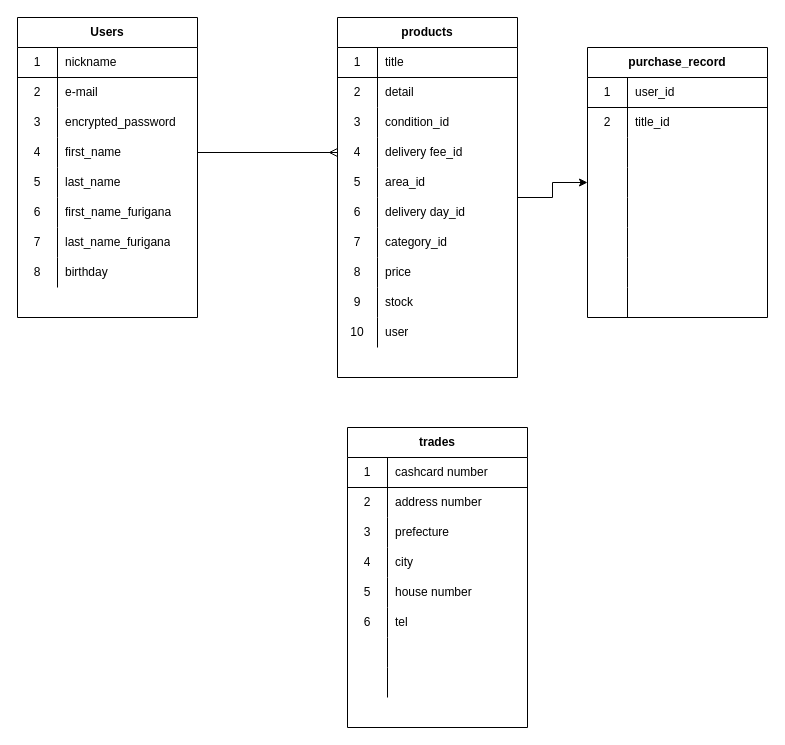
The draw.io diagram database.dio in sontixyou/furima-33852, before the edit. Source tidied: cells renumbered, new cells numbered last; positions are measured from the earlier drawing's top-left corner, leaving out a move shared by most shapes. Both pictures are drawn from the tidied source at 100%, with x=0, y=0 at pixel (17, 17).
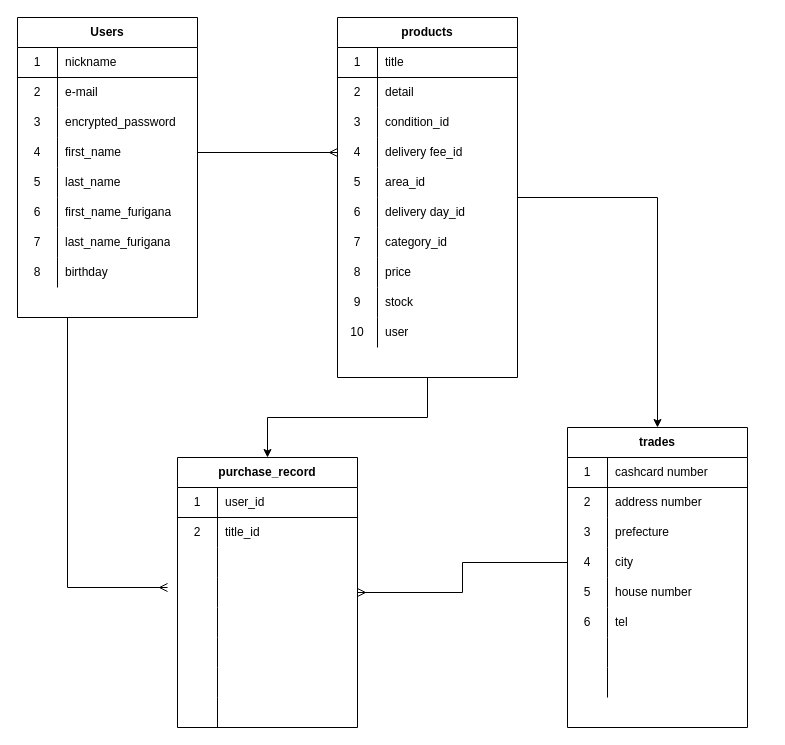
After the change.

Unchanged cells that the change refers to:
```xml
<mxCell id="2" value="Users" style="shape=table;html=1;whiteSpace=wrap;startSize=30;childLayout=tableLayout;rowLines=0;fontStyle=1;align=center;" parent="1" vertex="1">
  <mxGeometry width="180" height="300" as="geometry" />
</mxCell>
<mxCell id="28" value="products" style="shape=table;html=1;whiteSpace=wrap;startSize=30;childLayout=tableLayout;rowLines=0;fontStyle=1;align=center;" parent="1" vertex="1">
  <mxGeometry x="320" width="180" height="360" as="geometry" />
</mxCell>
<mxCell id="69" style="shape=partialRectangle;html=1;whiteSpace=wrap;fillColor=none;top=0;left=0;bottom=0;right=0;points=[[0,0.5],[1,0.5]];portConstraint=eastwest;" parent="59" vertex="1">
  <mxGeometry y="120" width="180" height="30" as="geometry" />
</mxCell>
<mxCell id="96" style="shape=partialRectangle;html=1;whiteSpace=wrap;fillColor=none;top=0;left=0;bottom=0;right=0;points=[[0,0.5],[1,0.5]];portConstraint=eastwest;" parent="86" vertex="1">
  <mxGeometry y="120" width="180" height="30" as="geometry" />
</mxCell>
```

What changed in the source:
```diff
@@
+    <mxCell id="111" style="edgeStyle=orthogonalEdgeStyle;rounded=0;jettySize=auto;html=1;verticalAlign=middle;endArrow=ERmany;endFill=0;" parent="1" edge="1" source="2">
+      <mxGeometry relative="1" as="geometry">
+        <mxPoint x="150" y="570" as="targetPoint" />
+        <Array as="points">
+          <mxPoint x="50" y="570" />
+        </Array>
+      </mxGeometry>
+    </mxCell>
@@
+    <mxCell id="112" style="edgeStyle=orthogonalEdgeStyle;rounded=0;jettySize=auto;html=1;entryX=0.5;entryY=0;entryDx=0;entryDy=0;" parent="1" edge="1" source="28" target="86">
+      <mxGeometry relative="1" as="geometry" />
+    </mxCell>
@@
     <mxCell id="59" value="purchase_record" style="shape=table;html=1;whiteSpace=wrap;startSize=30;childLayout=tableLayout;rowLines=0;fontStyle=1;align=center;" parent="1" vertex="1">
-      <mxGeometry x="570" y="30" width="180" height="270" as="geometry" />
+      <mxGeometry x="160" y="440" width="180" height="270" as="geometry" />
     </mxCell>
@@
     <mxCell id="86" value="trades" style="shape=table;html=1;whiteSpace=wrap;startSize=30;childLayout=tableLayout;rowLines=0;fontStyle=1;align=center;" parent="1" vertex="1">
-      <mxGeometry x="330" y="410" width="180" height="300" as="geometry" />
+      <mxGeometry x="550" y="410" width="180" height="300" as="geometry" />
     </mxCell>
@@
+    <mxCell id="113" style="edgeStyle=orthogonalEdgeStyle;rounded=0;jettySize=auto;html=1;entryX=1;entryY=0.5;entryDx=0;entryDy=0;endArrow=ERmany;endFill=0;" parent="1" edge="1" source="96" target="69">
+      <mxGeometry relative="1" as="geometry" />
+    </mxCell>
```
